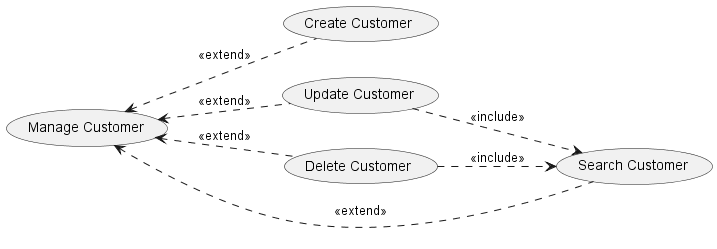
The PlantUML diagram Lab 1.2/UseCase/manageCustomer.png in thtuanlegithub/SE357-Practice-class, before a commit.
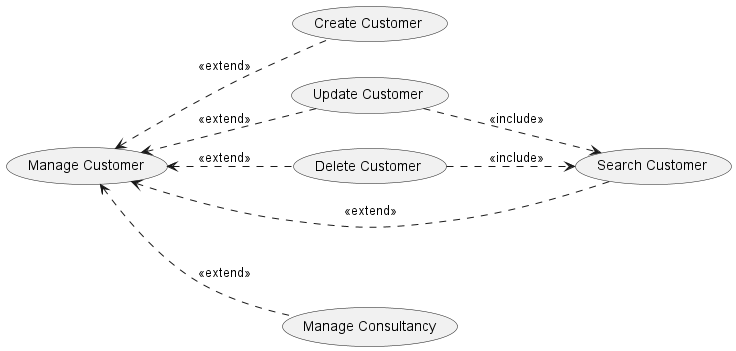
After the change.

Diff of the diagram source:
```diff
@@ -4,6 +4,7 @@
 (Manage Customer) <.. (Update Customer): <<extend>>
 (Manage Customer) <.. (Delete Customer): <<extend>>
 (Manage Customer) <.. (Search Customer): <<extend>>
+(Manage Customer) <.. (Manage Consultancy): <<extend>>
 (Update Customer) ..> (Search Customer): <<include>>
 (Delete Customer) ..> (Search Customer): <<include>>
 @enduml
```
